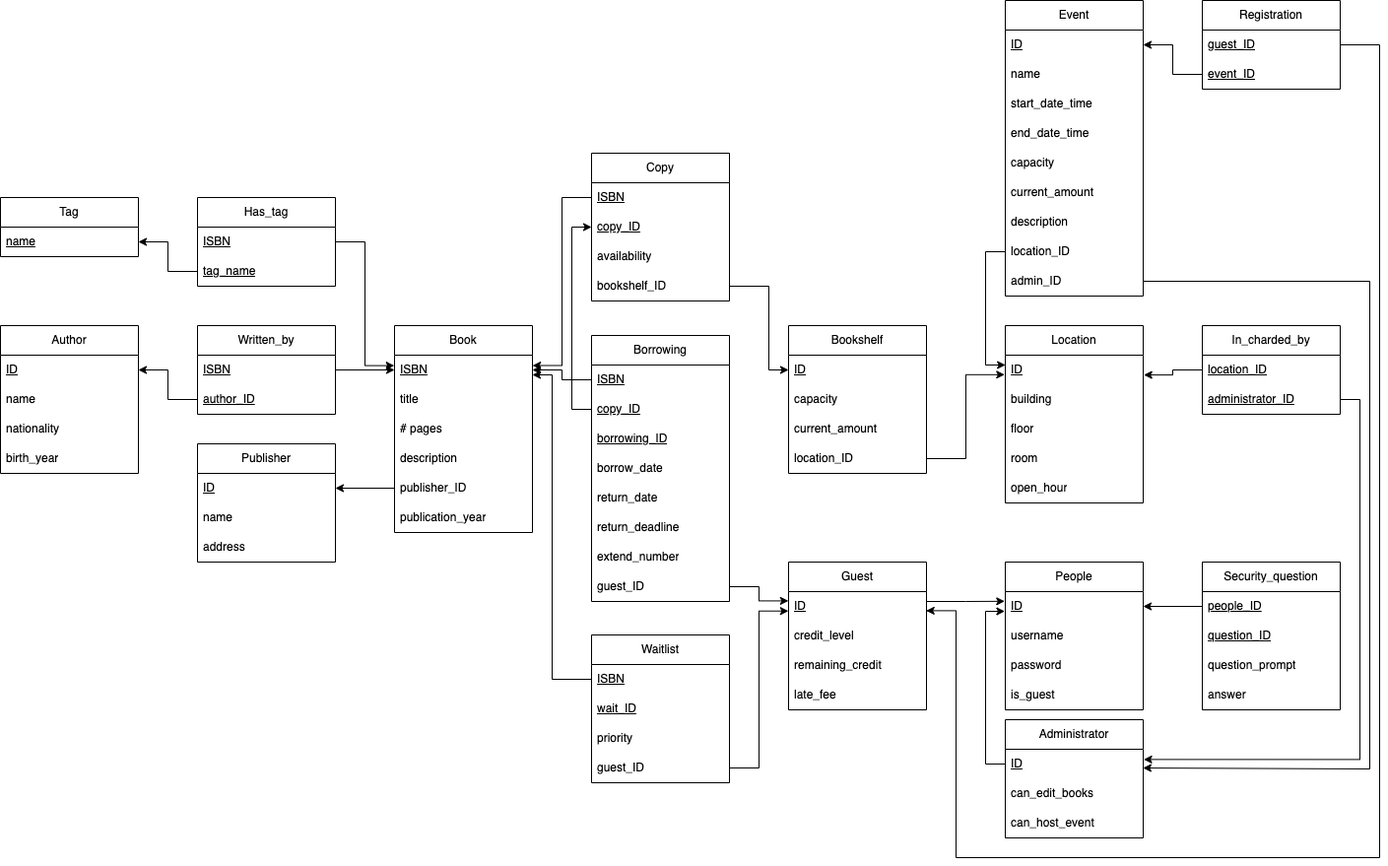
The draw.io diagram schema/relational_model/Relational Model Diagram.png in Kassaking7/eLibraryManagementSystem, before a commit. Source tidied: cells renumbered, new cells last; positions are measured from the earlier drawing's top-left corner, leaving out a move shared by most shapes.
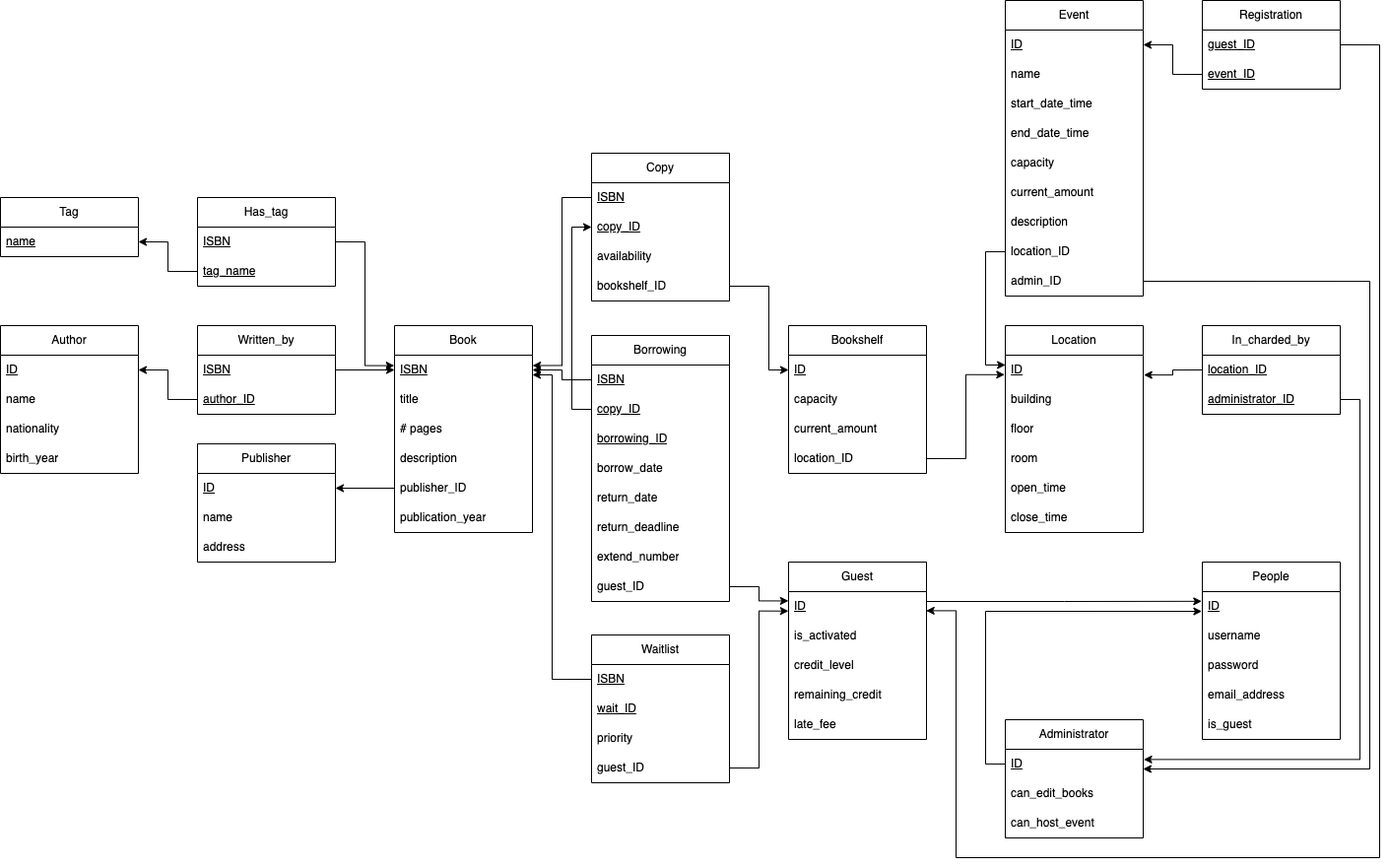
After the commit.

Change to the diagram source:
```diff
@@ -184,25 +184,28 @@
       </mxGeometry>
     </mxCell>
     <mxCell id="59" value="Guest" style="swimlane;fontStyle=0;horizontal=1;startSize=30;whiteSpace=wrap;html=1;" parent="1" vertex="1">
-      <mxGeometry x="800" y="570" width="140" height="150" as="geometry" />
+      <mxGeometry x="800" y="570" width="140" height="180" as="geometry" />
     </mxCell>
     <mxCell id="60" value="&lt;u&gt;ID&lt;/u&gt;" style="text;strokeColor=none;fillColor=none;align=left;verticalAlign=middle;spacingLeft=4;spacingRight=4;overflow=hidden;points=[[0,0.5],[1,0.5]];portConstraint=eastwest;whiteSpace=wrap;html=1;" parent="59" vertex="1">
       <mxGeometry y="30" width="140" height="30" as="geometry" />
     </mxCell>
+    <mxCell id="113" value="is_activated" style="text;strokeColor=none;fillColor=none;align=left;verticalAlign=middle;spacingLeft=4;spacingRight=4;overflow=hidden;whiteSpace=wrap;html=1;" parent="59" vertex="1">
+      <mxGeometry y="60" width="140" height="30" as="geometry" />
+    </mxCell>
     <mxCell id="61" value="credit_level" style="text;strokeColor=none;fillColor=none;align=left;verticalAlign=middle;spacingLeft=4;spacingRight=4;overflow=hidden;whiteSpace=wrap;html=1;" parent="59" vertex="1">
-      <mxGeometry y="60" width="140" height="30" as="geometry" />
+      <mxGeometry y="90" width="140" height="30" as="geometry" />
     </mxCell>
     <mxCell id="62" value="remaining_credit" style="text;strokeColor=none;fillColor=none;align=left;verticalAlign=middle;spacingLeft=4;spacingRight=4;overflow=hidden;whiteSpace=wrap;html=1;" parent="59" vertex="1">
-      <mxGeometry y="90" width="140" height="30" as="geometry" />
+      <mxGeometry y="120" width="140" height="30" as="geometry" />
     </mxCell>
     <mxCell id="63" value="late_fee" style="text;strokeColor=none;fillColor=none;align=left;verticalAlign=middle;spacingLeft=4;spacingRight=4;overflow=hidden;whiteSpace=wrap;html=1;" parent="59" vertex="1">
-      <mxGeometry y="120" width="140" height="30" as="geometry" />
+      <mxGeometry y="150" width="140" height="30" as="geometry" />
     </mxCell>
     <mxCell id="64" style="edgeStyle=orthogonalEdgeStyle;rounded=0;jettySize=auto;html=1;exitX=1;exitY=0.5;exitDx=0;exitDy=0;entryX=-0.001;entryY=0.314;entryDx=0;entryDy=0;entryPerimeter=0;" parent="1" edge="1" source="55" target="60">
       <mxGeometry relative="1" as="geometry" />
     </mxCell>
     <mxCell id="65" value="Location" style="swimlane;fontStyle=0;horizontal=1;startSize=30;whiteSpace=wrap;html=1;" parent="1" vertex="1">
-      <mxGeometry x="1020" y="330" width="140" height="180" as="geometry" />
+      <mxGeometry x="1020" y="330" width="140" height="210" as="geometry" />
     </mxCell>
     <mxCell id="66" value="&lt;u&gt;ID&lt;/u&gt;" style="text;strokeColor=none;fillColor=none;align=left;verticalAlign=middle;spacingLeft=4;spacingRight=4;overflow=hidden;points=[[0,0.5],[1,0.5]];portConstraint=eastwest;whiteSpace=wrap;html=1;" parent="65" vertex="1">
       <mxGeometry y="30" width="140" height="30" as="geometry" />
@@ -216,9 +219,12 @@
     <mxCell id="69" value="room" style="text;strokeColor=none;fillColor=none;align=left;verticalAlign=middle;spacingLeft=4;spacingRight=4;overflow=hidden;whiteSpace=wrap;html=1;" parent="65" vertex="1">
       <mxGeometry y="120" width="140" height="30" as="geometry" />
     </mxCell>
-    <mxCell id="70" value="open_hour" style="text;strokeColor=none;fillColor=none;align=left;verticalAlign=middle;spacingLeft=4;spacingRight=4;overflow=hidden;whiteSpace=wrap;html=1;" parent="65" vertex="1">
+    <mxCell id="70" value="open_time" style="text;strokeColor=none;fillColor=none;align=left;verticalAlign=middle;spacingLeft=4;spacingRight=4;overflow=hidden;whiteSpace=wrap;html=1;" parent="65" vertex="1">
       <mxGeometry y="150" width="140" height="30" as="geometry" />
     </mxCell>
+    <mxCell id="114" value="close_time" style="text;strokeColor=none;fillColor=none;align=left;verticalAlign=middle;spacingLeft=4;spacingRight=4;overflow=hidden;whiteSpace=wrap;html=1;" parent="65" vertex="1">
+      <mxGeometry y="180" width="140" height="30" as="geometry" />
+    </mxCell>
     <mxCell id="71" value="Administrator" style="swimlane;fontStyle=0;horizontal=1;startSize=30;whiteSpace=wrap;html=1;" parent="1" vertex="1">
       <mxGeometry x="1020" y="730" width="140" height="120" as="geometry" />
     </mxCell>
@@ -232,7 +238,7 @@
       <mxGeometry y="90" width="140" height="30" as="geometry" />
     </mxCell>
     <mxCell id="75" value="People" style="swimlane;fontStyle=0;horizontal=1;startSize=30;whiteSpace=wrap;html=1;" parent="1" vertex="1">
-      <mxGeometry x="1020" y="570" width="140" height="150" as="geometry" />
+      <mxGeometry x="1220" y="570" width="140" height="180" as="geometry" />
     </mxCell>
     <mxCell id="76" value="&lt;u&gt;ID&lt;/u&gt;" style="text;strokeColor=none;fillColor=none;align=left;verticalAlign=middle;spacingLeft=4;spacingRight=4;overflow=hidden;points=[[0,0.5],[1,0.5]];portConstraint=eastwest;whiteSpace=wrap;html=1;" parent="75" vertex="1">
       <mxGeometry y="30" width="140" height="30" as="geometry" />
@@ -243,8 +249,11 @@
     <mxCell id="78" value="password" style="text;strokeColor=none;fillColor=none;align=left;verticalAlign=middle;spacingLeft=4;spacingRight=4;overflow=hidden;whiteSpace=wrap;html=1;" parent="75" vertex="1">
       <mxGeometry y="90" width="140" height="30" as="geometry" />
     </mxCell>
+    <mxCell id="115" value="email_address" style="text;strokeColor=none;fillColor=none;align=left;verticalAlign=middle;spacingLeft=4;spacingRight=4;overflow=hidden;whiteSpace=wrap;html=1;" parent="75" vertex="1">
+      <mxGeometry y="120" width="140" height="30" as="geometry" />
+    </mxCell>
     <mxCell id="79" value="is_guest" style="text;strokeColor=none;fillColor=none;align=left;verticalAlign=middle;spacingLeft=4;spacingRight=4;overflow=hidden;whiteSpace=wrap;html=1;" parent="75" vertex="1">
-      <mxGeometry y="120" width="140" height="30" as="geometry" />
+      <mxGeometry y="150" width="140" height="30" as="geometry" />
     </mxCell>
     <mxCell id="80" style="edgeStyle=orthogonalEdgeStyle;rounded=0;jettySize=auto;html=1;entryX=-0.005;entryY=0.327;entryDx=0;entryDy=0;entryPerimeter=0;" parent="1" edge="1" target="76">
       <mxGeometry relative="1" as="geometry">
@@ -254,24 +263,6 @@
     <mxCell id="81" style="edgeStyle=orthogonalEdgeStyle;rounded=0;jettySize=auto;html=1;exitX=0;exitY=0.5;exitDx=0;exitDy=0;entryX=-0.004;entryY=0.667;entryDx=0;entryDy=0;entryPerimeter=0;" parent="1" edge="1" source="72" target="76">
       <mxGeometry relative="1" as="geometry" />
     </mxCell>
-    <mxCell id="82" value="Security_question" style="swimlane;fontStyle=0;horizontal=1;startSize=30;whiteSpace=wrap;html=1;" parent="1" vertex="1">
-      <mxGeometry x="1220" y="570" width="140" height="150" as="geometry" />
-    </mxCell>
-    <mxCell id="83" value="&lt;u&gt;people_ID&lt;/u&gt;" style="text;strokeColor=none;fillColor=none;align=left;verticalAlign=middle;spacingLeft=4;spacingRight=4;overflow=hidden;points=[[0,0.5],[1,0.5]];portConstraint=eastwest;whiteSpace=wrap;html=1;" parent="82" vertex="1">
-      <mxGeometry y="30" width="140" height="30" as="geometry" />
-    </mxCell>
-    <mxCell id="84" value="&lt;u&gt;question_ID&lt;/u&gt;" style="text;strokeColor=none;fillColor=none;align=left;verticalAlign=middle;spacingLeft=4;spacingRight=4;overflow=hidden;whiteSpace=wrap;html=1;" parent="82" vertex="1">
-      <mxGeometry y="60" width="140" height="30" as="geometry" />
-    </mxCell>
-    <mxCell id="85" value="question_prompt" style="text;strokeColor=none;fillColor=none;align=left;verticalAlign=middle;spacingLeft=4;spacingRight=4;overflow=hidden;whiteSpace=wrap;html=1;" parent="82" vertex="1">
-      <mxGeometry y="90" width="140" height="30" as="geometry" />
-    </mxCell>
-    <mxCell id="86" value="answer" style="text;strokeColor=none;fillColor=none;align=left;verticalAlign=middle;spacingLeft=4;spacingRight=4;overflow=hidden;whiteSpace=wrap;html=1;" parent="82" vertex="1">
-      <mxGeometry y="120" width="140" height="30" as="geometry" />
-    </mxCell>
-    <mxCell id="87" style="edgeStyle=orthogonalEdgeStyle;rounded=0;jettySize=auto;html=1;exitX=0;exitY=0.5;exitDx=0;exitDy=0;entryX=1;entryY=0.5;entryDx=0;entryDy=0;" parent="1" edge="1" source="83" target="76">
-      <mxGeometry relative="1" as="geometry" />
-    </mxCell>
     <mxCell id="88" style="edgeStyle=orthogonalEdgeStyle;rounded=0;jettySize=auto;html=1;exitX=0;exitY=0.5;exitDx=0;exitDy=0;entryX=1.005;entryY=0.669;entryDx=0;entryDy=0;entryPerimeter=0;" parent="1" edge="1" source="89" target="66">
       <mxGeometry relative="1" as="geometry" />
     </mxCell>
```
